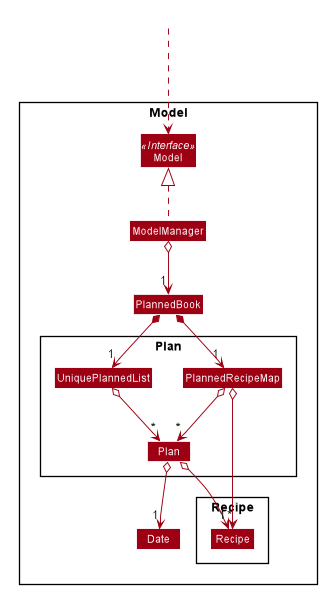
Earlier version of the PlantUML export docs/images/ModelPlanClassDiagram.png (nus-cs2103-AY1920S2/addressbook-level3).
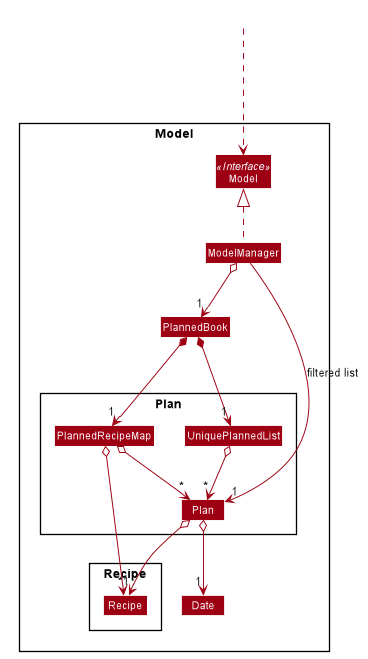
Above is the later version.

Commit message:
Updated Model diagram of DG

The edit, as a diff of the source:
```diff
@@ -69,13 +69,12 @@
 class Date
 
 Package Recipe {
-
-class Recipe
+    class Recipe
 }
 HiddenOutside ...> Model
 ModelManager o--> "1" PlannedBook
 ModelManager .up.|> Model
-
+ModelManager --> "1" Plan : filtered list
 
 PlannedBook *-down->"1" UniquePlannedList
 PlannedBook *-down->"1" PlannedRecipeMap
```
